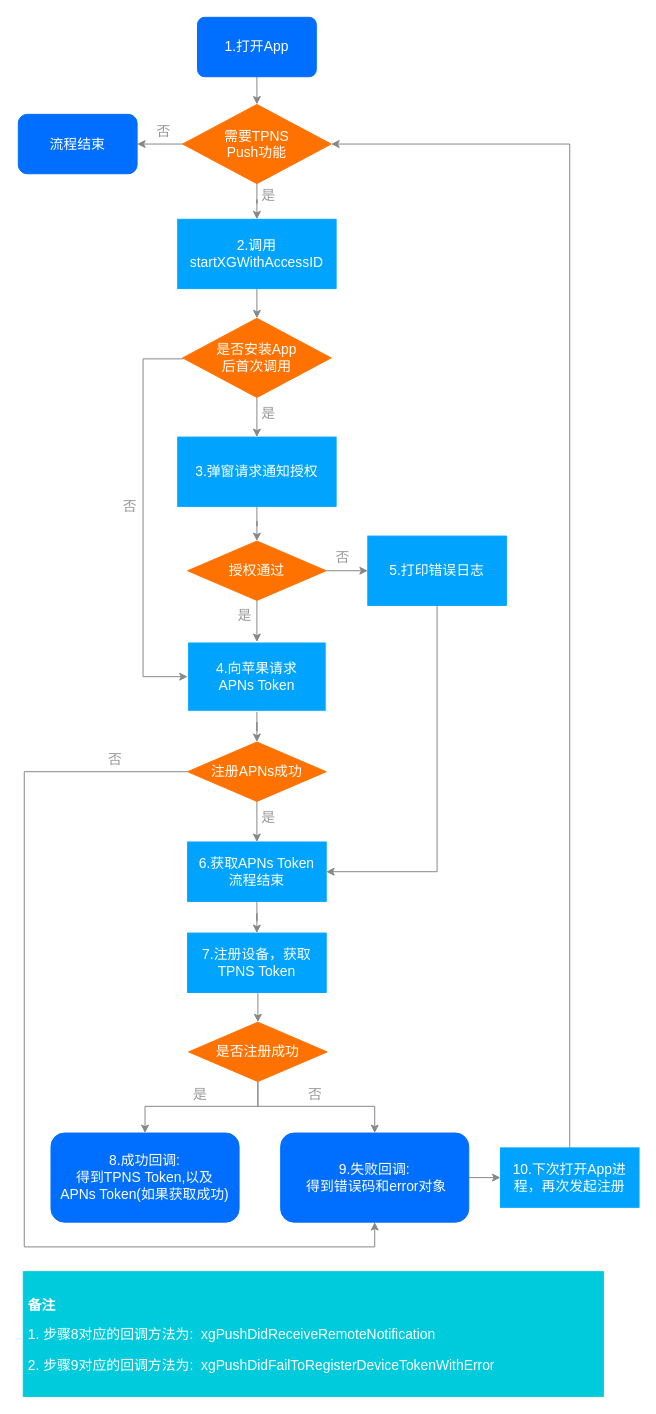
This is register.drawio from muyanbiao/tpnsFlowChart, a draw.io file, before an edit. Source tidied: cells renumbered, new cells numbered last; positions are measured from the earlier drawing's top-left corner, leaving out a move shared by most shapes. Both pictures are drawn from the tidied source at 99%, with x=0, y=0 at pixel (18, 17).
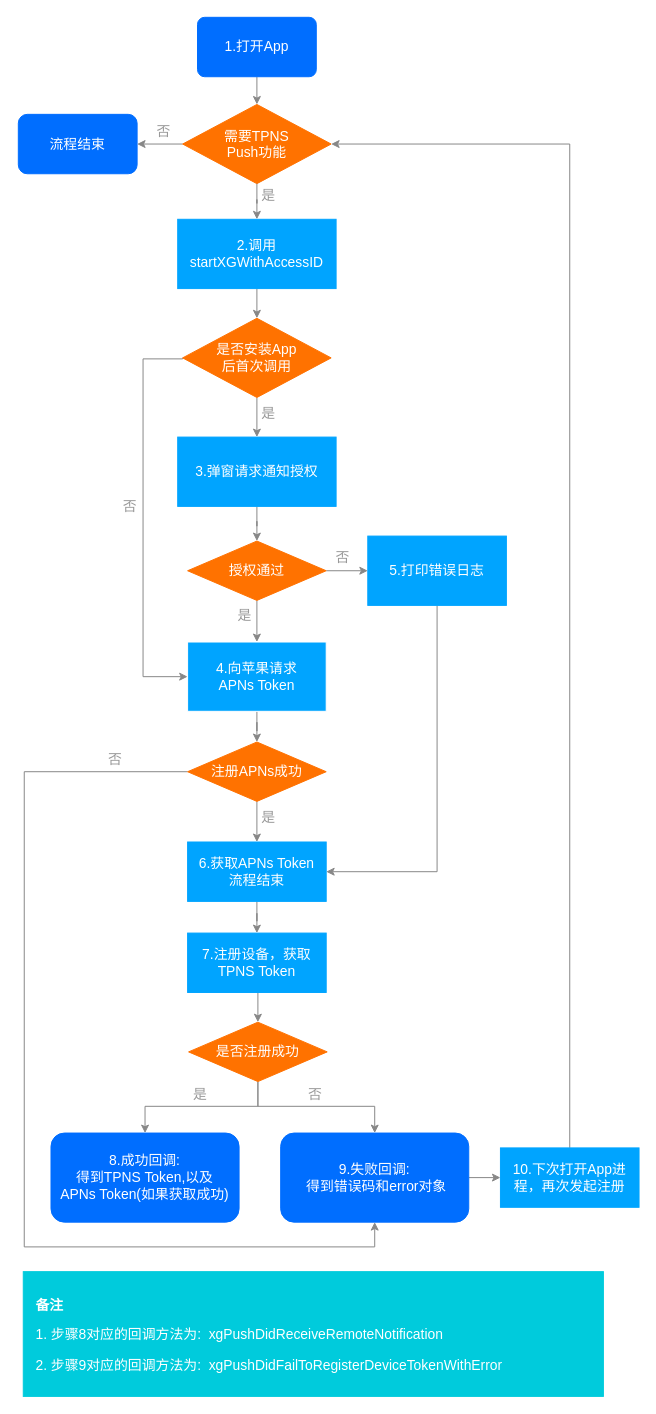
Above is the later version.

The edit, as a diff of the source:
```diff
@@
-    <mxCell id="47" value="&lt;h1 style=&quot;font-size: 14px&quot;&gt;&lt;br&gt;&lt;/h1&gt;&lt;h1 style=&quot;font-size: 14px&quot;&gt;备注&lt;/h1&gt;&lt;p style=&quot;font-size: 14px&quot;&gt;1. 步骤8对应的回调方法为:&amp;nbsp;&amp;nbsp;xgPushDidReceiveRemoteNotification&lt;/p&gt;&lt;p style=&quot;font-size: 14px&quot;&gt;2. 步骤9对应的回调方法为:&amp;nbsp; xgPushDidFailToRegisterDeviceTokenWithError&lt;/p&gt;" style="text;html=1;spacing=5;spacingTop=-20;whiteSpace=wrap;overflow=hidden;rounded=0;fillColor=#00CBDC;strokeColor=#00CBDC;fontColor=#FFFFFF;fontSize=14;" parent="1" vertex="1">
+    <mxCell id="47" value="&lt;h1 style=&quot;font-size: 14px&quot;&gt;&lt;br&gt;&lt;/h1&gt;&lt;h1 style=&quot;font-size: 14px&quot;&gt;&amp;nbsp; 备注&lt;/h1&gt;&lt;p style=&quot;font-size: 14px&quot;&gt;&amp;nbsp; 1. 步骤8对应的回调方法为:&amp;nbsp;&amp;nbsp;xgPushDidReceiveRemoteNotification&lt;/p&gt;&lt;p style=&quot;font-size: 14px&quot;&gt;&amp;nbsp; 2. 步骤9对应的回调方法为:&amp;nbsp; xgPushDidFailToRegisterDeviceTokenWithError&lt;/p&gt;" style="text;html=1;spacing=5;spacingTop=-20;whiteSpace=wrap;overflow=hidden;rounded=0;fillColor=#00CBDC;strokeColor=#00CBDC;fontColor=#FFFFFF;fontSize=14;" parent="1" vertex="1">
       <mxGeometry x="5" y="1267" width="586" height="126" as="geometry" />
     </mxCell>
```
